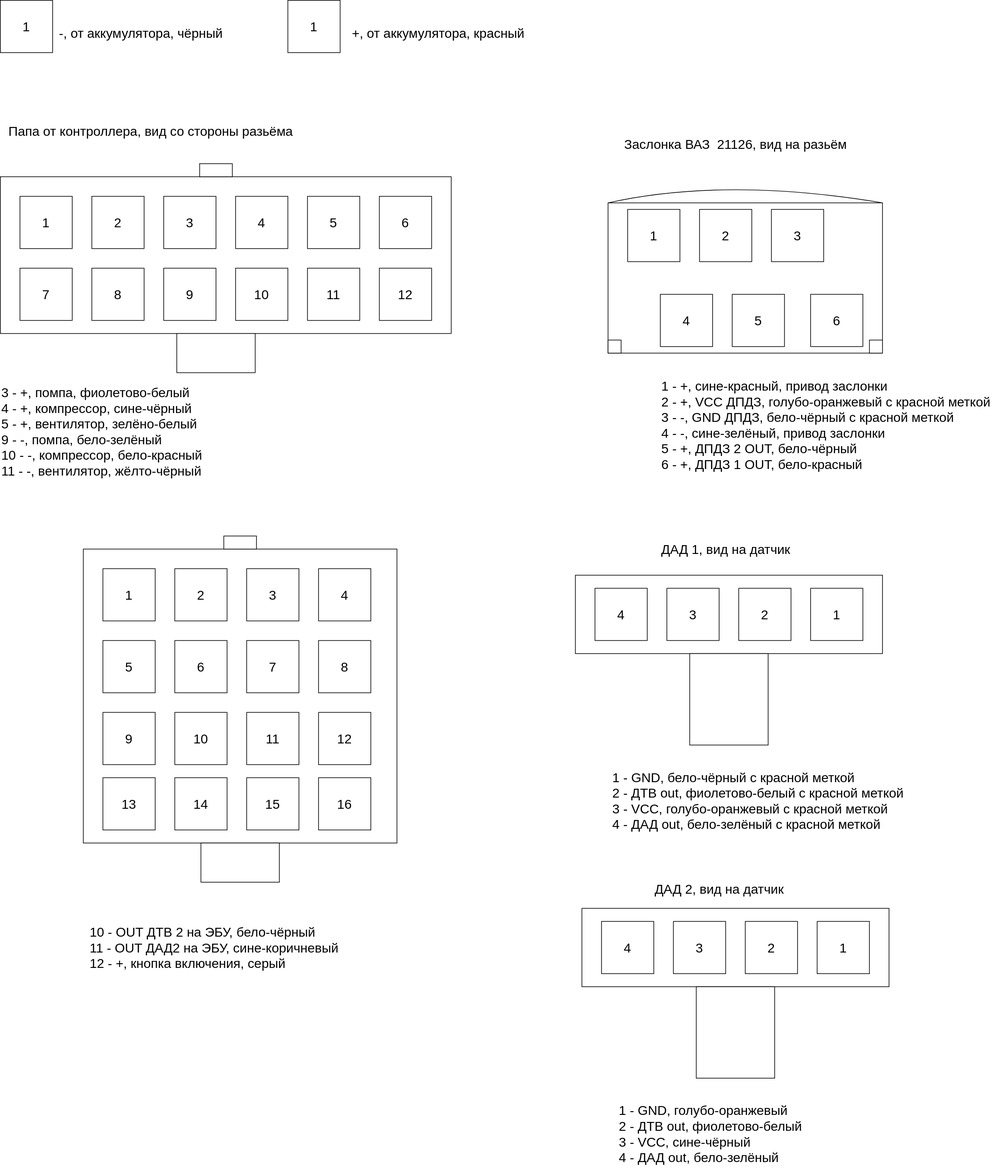
The draw.io diagram connector_scheme.drawio.svg in kak-tus/compressor, before a commit. Source tidied: cells renumbered, new cells last; positions are measured from the earlier drawing's top-left corner, leaving out a move shared by most shapes.
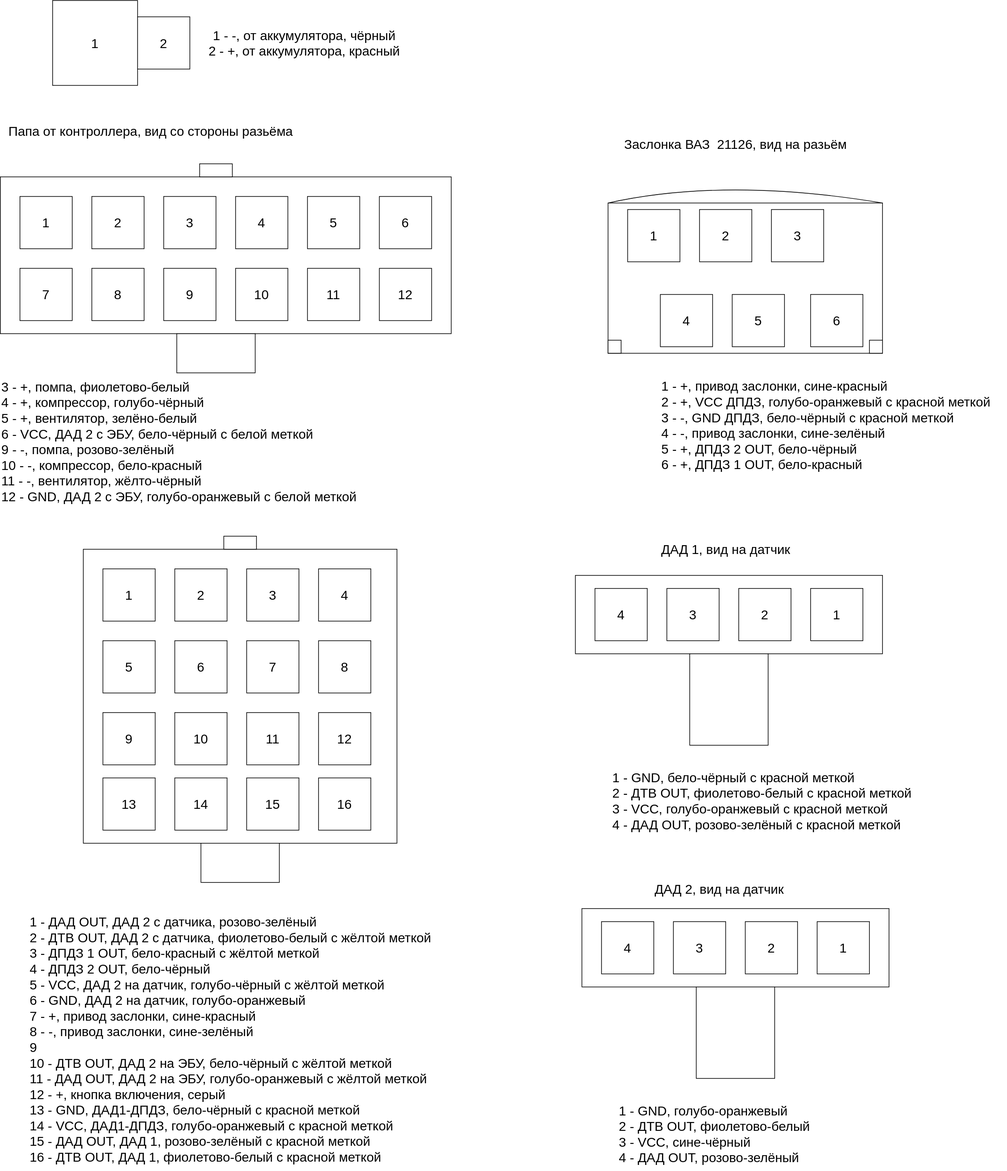
The same diagram one commit later.

Commit message:
More colors and wires.

Diff of the diagram source:
```diff
@@ -60,8 +60,8 @@
     <mxCell id="19" value="Папа от контроллера, вид со стороны разьёма" style="text;html=1;align=center;verticalAlign=middle;strokeColor=none;fillColor=none;fontSize=20;" parent="1" vertex="1">
       <mxGeometry y="180" width="460" height="40" as="geometry" />
     </mxCell>
-    <mxCell id="20" value="3 - +, помпа,&amp;nbsp;фиолетово-белый&lt;br&gt;4 - +, компрессор, сине-чёрный&lt;br&gt;5 - +, вентилятор, зелёно-белый&lt;br&gt;9 - -, помпа, бело-зелёный&lt;br&gt;10 - -, компрессор, бело-красный&lt;br&gt;11 - -, вентилятор, жёлто-чёрный" style="text;html=1;align=left;verticalAlign=middle;strokeColor=none;fillColor=none;fontSize=20;" parent="1" vertex="1">
-      <mxGeometry y="580" width="330" height="160" as="geometry" />
+    <mxCell id="20" value="3 - +, помпа,&amp;nbsp;фиолетово-белый&lt;br&gt;4 - +, компрессор, голубо-чёрный&lt;br&gt;5 - +, вентилятор, зелёно-белый&lt;br&gt;6 - VCC, ДАД 2 с ЭБУ, бело-чёрный с белой меткой&lt;br&gt;9 - -, помпа, розово-зелёный&lt;br&gt;10 - -, компрессор, бело-красный&lt;br&gt;11 - -, вентилятор, жёлто-чёрный&lt;br&gt;12 - GND, ДАД 2 с ЭБУ, голубо-оранжевый с белой меткой" style="text;html=1;align=left;verticalAlign=middle;strokeColor=none;fillColor=none;fontSize=20;" parent="1" vertex="1">
+      <mxGeometry y="570" width="570" height="210" as="geometry" />
     </mxCell>
     <mxCell id="21" style="rounded=0;whiteSpace=wrap;html=1;fontSize=20;" parent="1" vertex="1">
       <mxGeometry x="127" y="840" width="480" height="450" as="geometry" />
@@ -121,16 +121,13 @@
       <mxGeometry x="157" y="1190" width="80" height="80" as="geometry" />
     </mxCell>
     <mxCell id="40" value="1" style="whiteSpace=wrap;html=1;fontSize=20;" parent="1" vertex="1">
-      <mxGeometry width="80" height="80" as="geometry" />
+      <mxGeometry x="80" width="130" height="130" as="geometry" />
     </mxCell>
-    <mxCell id="41" value="1" style="whiteSpace=wrap;html=1;fontSize=20;" parent="1" vertex="1">
-      <mxGeometry x="440" width="80" height="80" as="geometry" />
+    <mxCell id="41" value="2" style="whiteSpace=wrap;html=1;fontSize=20;" parent="1" vertex="1">
+      <mxGeometry x="210" y="25" width="80" height="80" as="geometry" />
     </mxCell>
-    <mxCell id="42" value="+, от аккумулятора, красный" style="text;html=1;align=center;verticalAlign=middle;strokeColor=none;fillColor=none;fontSize=20;" parent="1" vertex="1">
-      <mxGeometry x="525" y="30" width="290" height="40" as="geometry" />
-    </mxCell>
-    <mxCell id="43" value="-, от аккумулятора, чёрный" style="text;html=1;align=center;verticalAlign=middle;strokeColor=none;fillColor=none;fontSize=20;" parent="1" vertex="1">
-      <mxGeometry x="80" y="30" width="270" height="40" as="geometry" />
+    <mxCell id="43" value="1 - -, от аккумулятора, чёрный&lt;br&gt;2 - +, от аккумулятора, красный" style="text;html=1;align=center;verticalAlign=middle;strokeColor=none;fillColor=none;fontSize=20;" parent="1" vertex="1">
+      <mxGeometry x="305" y="35" width="320" height="60" as="geometry" />
     </mxCell>
     <mxCell id="44" value="4" style="whiteSpace=wrap;html=1;fontSize=20;" parent="1" vertex="1">
       <mxGeometry x="1010" y="450" width="80" height="80" as="geometry" />
@@ -150,7 +147,7 @@
     <mxCell id="49" value="6" style="whiteSpace=wrap;html=1;fontSize=20;" parent="1" vertex="1">
       <mxGeometry x="1240" y="450" width="80" height="80" as="geometry" />
     </mxCell>
-    <mxCell id="50" value="1 - +, сине-красный, привод заслонки&lt;br&gt;2 - +, VCC ДПДЗ, голубо-оранжевый с красной меткой&lt;br&gt;3 - -, GND ДПДЗ, бело-чёрный с красной меткой&lt;br&gt;4 - -, сине-зелёный, привод заслонки&lt;br&gt;5 - +, ДПДЗ 2 OUT, бело-чёрный&lt;br&gt;6 - +, ДПДЗ 1 OUT, бело-красный" style="text;html=1;align=left;verticalAlign=middle;strokeColor=none;fillColor=none;fontSize=20;" parent="1" vertex="1">
+    <mxCell id="50" value="1 - +, привод заслонки, сине-красный&lt;br&gt;2 - +, VCC ДПДЗ, голубо-оранжевый с красной меткой&lt;br&gt;3 - -, GND ДПДЗ, бело-чёрный с красной меткой&lt;br&gt;4 - -, привод заслонки, сине-зелёный&lt;br&gt;5 - +, ДПДЗ 2 OUT, бело-чёрный&lt;br&gt;6 - +, ДПДЗ 1 OUT, бело-красный" style="text;html=1;align=left;verticalAlign=middle;strokeColor=none;fillColor=none;fontSize=20;" parent="1" vertex="1">
       <mxGeometry x="1010" y="570" width="530" height="160" as="geometry" />
     </mxCell>
     <mxCell id="51" value="&lt;font style=&quot;font-size: 20px;&quot;&gt;Заслонка&amp;nbsp;ВАЗ&amp;nbsp;&amp;nbsp;21126, вид на разьём&lt;/font&gt;" style="text;html=1;align=center;verticalAlign=middle;strokeColor=none;fillColor=none;" parent="1" vertex="1">
@@ -177,8 +174,8 @@
     <mxCell id="58" value="2" style="whiteSpace=wrap;html=1;fontSize=20;" parent="1" vertex="1">
       <mxGeometry x="1130" y="900" width="80" height="80" as="geometry" />
     </mxCell>
-    <mxCell id="59" value="1 - GND, бело-чёрный с красной меткой&lt;br&gt;2 - ДТВ out, фиолетово-белый с красной меткой&lt;br&gt;3 - VCC, голубо-оранжевый с красной меткой&lt;br&gt;4 - ДАД out, бело-зелёный с красной меткой" style="text;html=1;align=left;verticalAlign=middle;strokeColor=none;fillColor=none;fontSize=20;" parent="1" vertex="1">
-      <mxGeometry x="935" y="1170" width="470" height="110" as="geometry" />
+    <mxCell id="59" value="1 - GND, бело-чёрный с красной меткой&lt;br&gt;2 - ДТВ OUT, фиолетово-белый с красной меткой&lt;br&gt;3 - VCC, голубо-оранжевый с красной меткой&lt;br&gt;4 - ДАД OUT, розово-зелёный с красной меткой" style="text;html=1;align=left;verticalAlign=middle;strokeColor=none;fillColor=none;fontSize=20;" parent="1" vertex="1">
+      <mxGeometry x="935" y="1170" width="480" height="110" as="geometry" />
     </mxCell>
     <mxCell id="60" value="&lt;font style=&quot;font-size: 20px;&quot;&gt;ДАД 2, вид на датчик&lt;/font&gt;" style="text;html=1;align=center;verticalAlign=middle;strokeColor=none;fillColor=none;" parent="1" vertex="1">
       <mxGeometry x="990" y="1340" width="220" height="40" as="geometry" />
@@ -201,8 +198,8 @@
     <mxCell id="66" value="2" style="whiteSpace=wrap;html=1;fontSize=20;" parent="1" vertex="1">
       <mxGeometry x="1140" y="1410" width="80" height="80" as="geometry" />
     </mxCell>
-    <mxCell id="67" value="1 - GND, голубо-оранжевый&lt;br&gt;2 - ДТВ out, фиолетово-белый&lt;br&gt;3 - VCC, сине-чёрный&lt;br&gt;4 - ДАД out, бело-зелёный" style="text;html=1;align=left;verticalAlign=middle;strokeColor=none;fillColor=none;fontSize=20;" parent="1" vertex="1">
-      <mxGeometry x="945" y="1680" width="300" height="110" as="geometry" />
+    <mxCell id="67" value="1 - GND, голубо-оранжевый&lt;br&gt;2 - ДТВ OUT, фиолетово-белый&lt;br&gt;3 - VCC, сине-чёрный&lt;br&gt;4 - ДАД OUT, розово-зелёный" style="text;html=1;align=left;verticalAlign=middle;strokeColor=none;fillColor=none;fontSize=20;" parent="1" vertex="1">
+      <mxGeometry x="945" y="1680" width="320" height="110" as="geometry" />
     </mxCell>
     <mxCell id="68" style="rounded=0;whiteSpace=wrap;html=1;" parent="1" vertex="1">
       <mxGeometry x="1065" y="1510" width="120" height="140" as="geometry" />
@@ -210,8 +207,8 @@
     <mxCell id="69" value="&lt;font style=&quot;font-size: 20px;&quot;&gt;ДАД 1, вид на датчик&lt;/font&gt;" style="text;html=1;align=center;verticalAlign=middle;strokeColor=none;fillColor=none;" parent="1" vertex="1">
       <mxGeometry x="1000" y="820" width="220" height="40" as="geometry" />
     </mxCell>
-    <mxCell id="70" value="&lt;div style=&quot;text-align: left; font-size: 20px;&quot;&gt;&lt;span style=&quot;background-color: initial; font-size: 20px;&quot;&gt;10 - OUT ДТВ 2 на ЭБУ, бело-чёрный&lt;/span&gt;&lt;/div&gt;&lt;div style=&quot;text-align: left; font-size: 20px;&quot;&gt;&lt;span style=&quot;background-color: initial; font-size: 20px;&quot;&gt;11 - OUT ДАД2 на ЭБУ, сине-коричневый&lt;/span&gt;&lt;/div&gt;&lt;div style=&quot;text-align: left; font-size: 20px;&quot;&gt;&lt;span style=&quot;background-color: initial; font-size: 20px;&quot;&gt;12 - +, кнопка включения, серый&lt;/span&gt;&lt;/div&gt;" style="text;html=1;align=center;verticalAlign=middle;strokeColor=none;fillColor=none;fontSize=20;" parent="1" vertex="1">
-      <mxGeometry x="127" y="1405" width="400" height="90" as="geometry" />
+    <mxCell id="70" value="&lt;div style=&quot;text-align: left; font-size: 20px;&quot;&gt;&lt;span style=&quot;background-color: initial; font-size: 20px;&quot;&gt;1 - ДАД OUT, ДАД 2 с датчика, розово-зелёный&lt;/span&gt;&lt;/div&gt;&lt;div style=&quot;text-align: left; font-size: 20px;&quot;&gt;&lt;span style=&quot;background-color: initial; font-size: 20px;&quot;&gt;2 - ДТВ OUT, ДАД 2 с датчика, фиолетово-белый с жёлтой меткой&lt;/span&gt;&lt;/div&gt;&lt;div style=&quot;text-align: left; font-size: 20px;&quot;&gt;&lt;span style=&quot;background-color: initial; font-size: 20px;&quot;&gt;3 - ДПДЗ 1 OUT, бело-красный с жёлтой меткой&lt;/span&gt;&lt;/div&gt;&lt;div style=&quot;text-align: left; font-size: 20px;&quot;&gt;&lt;span style=&quot;background-color: initial; font-size: 20px;&quot;&gt;4 - ДПДЗ 2 OUT, бело-чёрный&lt;/span&gt;&lt;/div&gt;&lt;div style=&quot;text-align: left; font-size: 20px;&quot;&gt;&lt;span style=&quot;background-color: initial; font-size: 20px;&quot;&gt;5 - VCC, ДАД 2 на датчик, голубо-чёрный с жёлтой меткой&lt;/span&gt;&lt;/div&gt;&lt;div style=&quot;text-align: left; font-size: 20px;&quot;&gt;&lt;span style=&quot;background-color: initial; font-size: 20px;&quot;&gt;6 - GND, ДАД 2 на датчик, голубо-оранжевый&lt;/span&gt;&lt;/div&gt;&lt;div style=&quot;text-align: left; font-size: 20px;&quot;&gt;&lt;span style=&quot;background-color: initial; font-size: 20px;&quot;&gt;7 - +, привод заслонки, сине-красный&lt;/span&gt;&lt;/div&gt;&lt;div style=&quot;text-align: left; font-size: 20px;&quot;&gt;&lt;span style=&quot;background-color: initial; font-size: 20px;&quot;&gt;8 - -, привод заслонки, сине-зелёный&lt;/span&gt;&lt;/div&gt;&lt;div style=&quot;text-align: left; font-size: 20px;&quot;&gt;&lt;span style=&quot;background-color: initial; font-size: 20px;&quot;&gt;9&lt;/span&gt;&lt;/div&gt;&lt;div style=&quot;text-align: left; font-size: 20px;&quot;&gt;&lt;span style=&quot;background-color: initial; font-size: 20px;&quot;&gt;10 - ДТВ OUT, ДАД 2 на ЭБУ, бело-чёрный с жёлтой меткой&lt;/span&gt;&lt;/div&gt;&lt;div style=&quot;text-align: left; font-size: 20px;&quot;&gt;&lt;span style=&quot;background-color: initial; font-size: 20px;&quot;&gt;11 - ДАД OUT, ДАД 2 на ЭБУ, голубо-оранжевый с жёлтой меткой&lt;/span&gt;&lt;/div&gt;&lt;div style=&quot;text-align: left; font-size: 20px;&quot;&gt;&lt;span style=&quot;background-color: initial; font-size: 20px;&quot;&gt;12 - +, кнопка включения, серый&lt;/span&gt;&lt;/div&gt;&lt;div style=&quot;text-align: left; font-size: 20px;&quot;&gt;&lt;span style=&quot;background-color: initial; font-size: 20px;&quot;&gt;13 - GND, ДАД1-ДПДЗ, бело-чёрный с красной меткой&lt;/span&gt;&lt;/div&gt;&lt;div style=&quot;text-align: left; font-size: 20px;&quot;&gt;&lt;span style=&quot;background-color: initial; font-size: 20px;&quot;&gt;14 - VCC, ДАД1-ДПДЗ, голубо-оранжевый с красной меткой&lt;/span&gt;&lt;/div&gt;&lt;div style=&quot;text-align: left; font-size: 20px;&quot;&gt;&lt;span style=&quot;background-color: initial; font-size: 20px;&quot;&gt;15 - ДАД OUT, ДАД 1, розово-зелёный с красной меткой&lt;/span&gt;&lt;/div&gt;&lt;div style=&quot;text-align: left; font-size: 20px;&quot;&gt;&lt;span style=&quot;background-color: initial; font-size: 20px;&quot;&gt;16 - ДТВ OUT, ДАД 1, фиолетово-белый с красной меткой&lt;/span&gt;&lt;/div&gt;" style="text;html=1;align=center;verticalAlign=middle;strokeColor=none;fillColor=none;fontSize=20;" parent="1" vertex="1">
+      <mxGeometry x="32" y="1390" width="640" height="400" as="geometry" />
     </mxCell>
   </root>
 </mxGraphModel>
```
